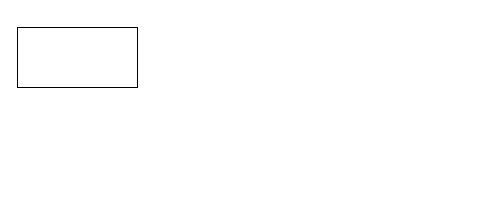
This is 未命名绘图.drawio from Wings-Liberty/Drawio-workspace, a draw.io file, before an edit. Source tidied: cells renumbered, new cells numbered last; positions are measured from the earlier drawing's top-left corner, leaving out a move shared by most shapes. Both pictures are drawn from the tidied source at 100%, with x=0, y=0 at pixel (17, 27).
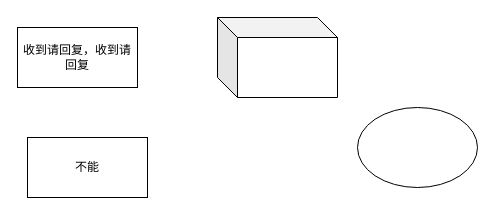
After the change.

Commit message (it also covers changes not shown here):
更新未命名绘图.drawio

Diff of the diagram source:
```diff
@@
 <mxGraphModel>
   <root>
     <mxCell id="0" />
     <mxCell id="1" parent="0" />
-    <mxCell id="2" style="rounded=0;whiteSpace=wrap;html=1;" parent="1" vertex="1">
+    <mxCell id="2" value="收到请回复，收到请回复" style="rounded=0;whiteSpace=wrap;html=1;" parent="1" vertex="1">
       <mxGeometry width="120" height="60" as="geometry" />
     </mxCell>
+    <mxCell id="3" style="ellipse;whiteSpace=wrap;html=1;" parent="1" vertex="1">
+      <mxGeometry x="340" y="80" width="120" height="80" as="geometry" />
+    </mxCell>
+    <mxCell id="4" style="shape=cube;whiteSpace=wrap;html=1;boundedLbl=1;backgroundOutline=1;darkOpacity=0.05;darkOpacity2=0.1;" parent="1" vertex="1">
+      <mxGeometry x="200" y="-10" width="120" height="80" as="geometry" />
+    </mxCell>
+    <mxCell id="5" value="不能" style="rounded=0;whiteSpace=wrap;html=1;" parent="1" vertex="1">
+      <mxGeometry x="10" y="110" width="120" height="60" as="geometry" />
+    </mxCell>
   </root>
 </mxGraphModel>
```
